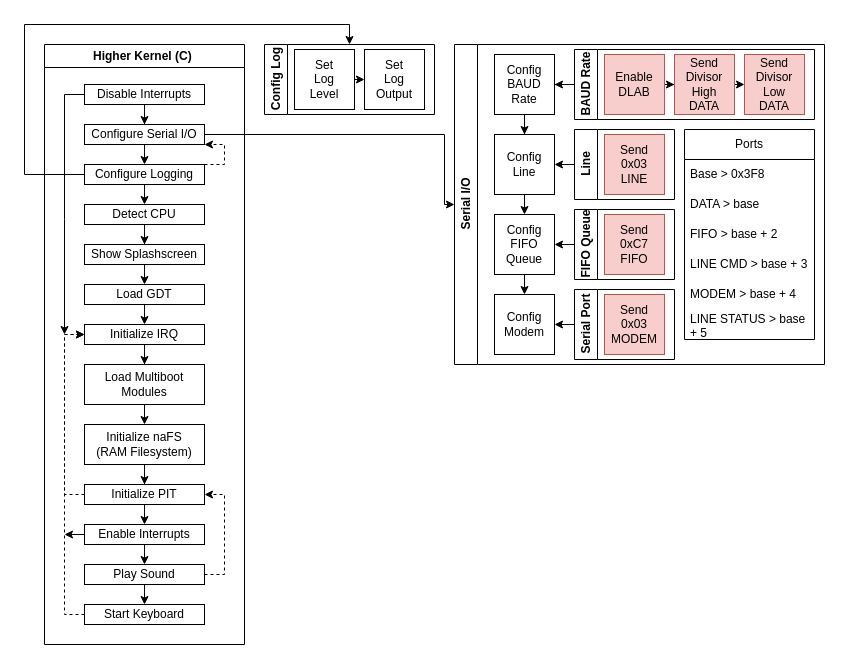
noaether/naOS keeps this draw.io diagram as page "C Kernel" (2 of 4) of naOS.drawio. Above is the earlier version. Source tidied: cells renumbered, new cells numbered last; positions are measured from the earlier drawing's top-left corner, leaving out a move shared by most shapes. Both pictures are drawn from the tidied source at 100%, with x=0, y=0 at pixel (24, 24).
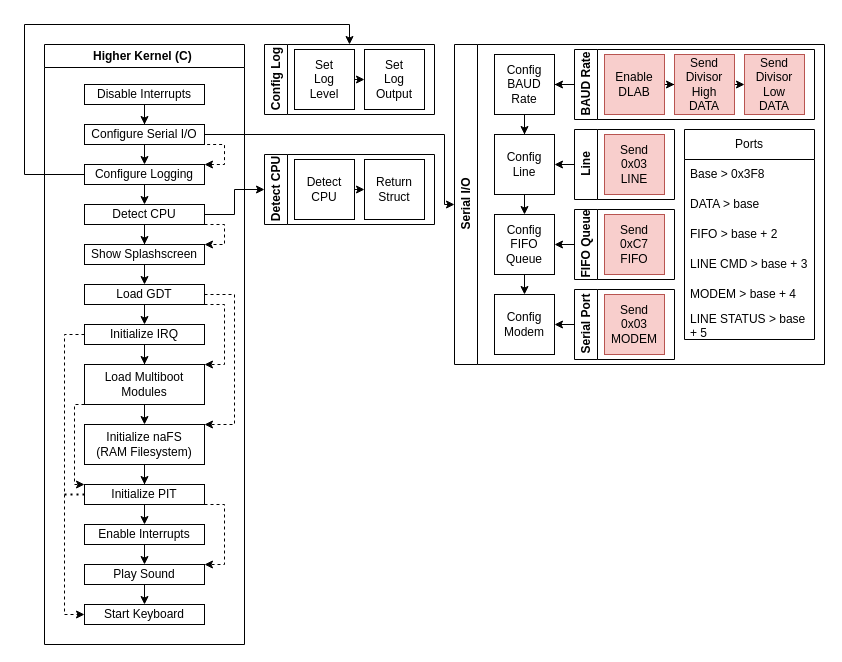
The same diagram, later.

The change refers to these unchanged cells:
```xml
<mxCell id="2" value="Higher Kernel (C)&amp;nbsp;" style="swimlane;whiteSpace=wrap;html=1;" parent="1" vertex="1">
  <mxGeometry x="20" y="20" width="200" height="600" as="geometry" />
</mxCell>
<mxCell id="5" value="Disable Interrupts" style="rounded=0;whiteSpace=wrap;html=1;" parent="2" vertex="1">
  <mxGeometry x="40" y="40" width="120" height="20" as="geometry" />
</mxCell>
<mxCell id="7" value="Configure Serial I/O" style="rounded=0;whiteSpace=wrap;html=1;" parent="2" vertex="1">
  <mxGeometry x="40" y="80" width="120" height="20" as="geometry" />
</mxCell>
<mxCell id="10" value="Configure Logging" style="rounded=0;whiteSpace=wrap;html=1;" parent="2" vertex="1">
  <mxGeometry x="40" y="120" width="120" height="20" as="geometry" />
</mxCell>
<mxCell id="12" value="Detect CPU" style="rounded=0;whiteSpace=wrap;html=1;" parent="2" vertex="1">
  <mxGeometry x="40" y="160" width="120" height="20" as="geometry" />
</mxCell>
<mxCell id="14" value="Show Splashscreen" style="rounded=0;whiteSpace=wrap;html=1;" parent="2" vertex="1">
  <mxGeometry x="40" y="200" width="120" height="20" as="geometry" />
</mxCell>
<mxCell id="16" value="Load Multiboot Modules" style="rounded=0;whiteSpace=wrap;html=1;" parent="2" vertex="1">
  <mxGeometry x="40" y="320" width="120" height="40" as="geometry" />
</mxCell>
<mxCell id="18" value="Initialize naFS&lt;br&gt;(RAM Filesystem)" style="rounded=0;whiteSpace=wrap;html=1;" parent="2" vertex="1">
  <mxGeometry x="40" y="380" width="120" height="40" as="geometry" />
</mxCell>
<mxCell id="21" value="Initialize PIT" style="rounded=0;whiteSpace=wrap;html=1;" parent="2" vertex="1">
  <mxGeometry x="40" y="440" width="120" height="20" as="geometry" />
</mxCell>
<mxCell id="24" value="Enable Interrupts" style="rounded=0;whiteSpace=wrap;html=1;" parent="2" vertex="1">
  <mxGeometry x="40" y="480" width="120" height="20" as="geometry" />
</mxCell>
<mxCell id="27" value="Play Sound" style="rounded=0;whiteSpace=wrap;html=1;" parent="2" vertex="1">
  <mxGeometry x="40" y="520" width="120" height="20" as="geometry" />
</mxCell>
<mxCell id="29" value="Start Keyboard" style="rounded=0;whiteSpace=wrap;html=1;" parent="2" vertex="1">
  <mxGeometry x="40" y="560" width="120" height="20" as="geometry" />
</mxCell>
<mxCell id="31" value="Load GDT" style="rounded=0;whiteSpace=wrap;html=1;" parent="2" vertex="1">
  <mxGeometry x="40" y="240" width="120" height="20" as="geometry" />
</mxCell>
<mxCell id="33" value="Initialize IRQ" style="rounded=0;whiteSpace=wrap;html=1;" parent="2" vertex="1">
  <mxGeometry x="40" y="280" width="120" height="20" as="geometry" />
</mxCell>
```

What changed in the source:
```diff
@@
-    <mxCell id="4" style="edgeStyle=orthogonalEdgeStyle;rounded=0;jettySize=auto;html=1;" parent="2" edge="1" source="5">
-      <mxGeometry relative="1" as="geometry">
-        <mxPoint x="20" y="290" as="targetPoint" />
-      </mxGeometry>
-    </mxCell>
@@
-    <mxCell id="9" style="edgeStyle=orthogonalEdgeStyle;rounded=0;jettySize=auto;html=1;exitX=1;exitY=0;exitDx=0;exitDy=0;entryX=1;entryY=1;entryDx=0;entryDy=0;dashed=1;" parent="2" edge="1" source="10" target="7">
+    <mxCell id="9" style="edgeStyle=orthogonalEdgeStyle;rounded=0;jettySize=auto;html=1;exitX=1;exitY=0;exitDx=0;exitDy=0;entryX=1;entryY=1;entryDx=0;entryDy=0;dashed=1;startArrow=classic;startFill=1;endArrow=none;endFill=0;" parent="2" edge="1" source="10" target="7">
       <mxGeometry relative="1" as="geometry">
         <Array as="points">
           <mxPoint x="180" y="120" />
           <mxPoint x="180" y="100" />
         </Array>
       </mxGeometry>
     </mxCell>
@@
+    <mxCell id="71" style="edgeStyle=orthogonalEdgeStyle;rounded=0;jettySize=auto;html=1;exitX=1;exitY=1;exitDx=0;exitDy=0;entryX=1;entryY=0;entryDx=0;entryDy=0;dashed=1;" parent="2" edge="1" source="12" target="14">
+      <mxGeometry relative="1" as="geometry">
+        <Array as="points">
+          <mxPoint x="180" y="180" />
+          <mxPoint x="180" y="200" />
+        </Array>
+      </mxGeometry>
+    </mxCell>
@@
+    <mxCell id="72" style="edgeStyle=orthogonalEdgeStyle;rounded=0;jettySize=auto;html=1;exitX=0;exitY=1;exitDx=0;exitDy=0;entryX=0;entryY=0;entryDx=0;entryDy=0;dashed=1;" parent="2" edge="1" source="16" target="21">
+      <mxGeometry relative="1" as="geometry">
+        <Array as="points">
+          <mxPoint x="30" y="360" />
+          <mxPoint x="30" y="440" />
+        </Array>
+      </mxGeometry>
+    </mxCell>
@@
-    <mxCell id="20" style="edgeStyle=orthogonalEdgeStyle;rounded=0;jettySize=auto;html=1;exitX=0;exitY=0.5;exitDx=0;exitDy=0;entryX=0;entryY=0.5;entryDx=0;entryDy=0;dashed=1;" parent="2" edge="1" source="21" target="33">
-      <mxGeometry relative="1" as="geometry" />
-    </mxCell>
+    <mxCell id="73" style="edgeStyle=orthogonalEdgeStyle;rounded=0;jettySize=auto;html=1;exitX=1;exitY=1;exitDx=0;exitDy=0;entryX=1;entryY=0;entryDx=0;entryDy=0;dashed=1;" parent="2" edge="1" source="21" target="27">
+      <mxGeometry relative="1" as="geometry">
+        <Array as="points">
+          <mxPoint x="180" y="460" />
+          <mxPoint x="180" y="520" />
+        </Array>
+      </mxGeometry>
+    </mxCell>
@@
-    <mxCell id="23" style="edgeStyle=orthogonalEdgeStyle;rounded=0;jettySize=auto;html=1;" parent="2" edge="1" source="24">
-      <mxGeometry relative="1" as="geometry">
-        <mxPoint x="20" y="490" as="targetPoint" />
-      </mxGeometry>
-    </mxCell>
@@
-    <mxCell id="26" style="edgeStyle=orthogonalEdgeStyle;rounded=0;jettySize=auto;html=1;exitX=1;exitY=0.5;exitDx=0;exitDy=0;entryX=1;entryY=0.5;entryDx=0;entryDy=0;dashed=1;" parent="2" edge="1" source="27" target="21">
-      <mxGeometry relative="1" as="geometry" />
-    </mxCell>
@@
-    <mxCell id="28" style="edgeStyle=orthogonalEdgeStyle;rounded=0;jettySize=auto;html=1;entryX=0;entryY=0.5;entryDx=0;entryDy=0;dashed=1;" parent="2" edge="1" source="29" target="33">
-      <mxGeometry relative="1" as="geometry">
-        <Array as="points">
-          <mxPoint x="20" y="570" />
-          <mxPoint x="20" y="290" />
-        </Array>
-      </mxGeometry>
-    </mxCell>
@@
+    <mxCell id="74" style="edgeStyle=orthogonalEdgeStyle;rounded=0;jettySize=auto;html=1;exitX=1;exitY=1;exitDx=0;exitDy=0;entryX=1;entryY=0;entryDx=0;entryDy=0;dashed=1;" parent="2" edge="1" source="31" target="16">
+      <mxGeometry relative="1" as="geometry">
+        <Array as="points">
+          <mxPoint x="180" y="260" />
+          <mxPoint x="180" y="320" />
+        </Array>
+      </mxGeometry>
+    </mxCell>
+    <mxCell id="75" style="edgeStyle=orthogonalEdgeStyle;rounded=0;jettySize=auto;html=1;exitX=1;exitY=0.5;exitDx=0;exitDy=0;entryX=1;entryY=0;entryDx=0;entryDy=0;dashed=1;" parent="2" edge="1" source="31" target="18">
+      <mxGeometry relative="1" as="geometry">
+        <Array as="points">
+          <mxPoint x="190" y="250" />
+          <mxPoint x="190" y="380" />
+        </Array>
+      </mxGeometry>
+    </mxCell>
@@
+    <mxCell id="76" style="edgeStyle=orthogonalEdgeStyle;rounded=0;jettySize=auto;html=1;exitX=0;exitY=0.5;exitDx=0;exitDy=0;entryX=0;entryY=0.5;entryDx=0;entryDy=0;dashed=1;" parent="2" edge="1" source="33" target="29">
+      <mxGeometry relative="1" as="geometry" />
+    </mxCell>
@@
+    <mxCell id="77" style="endArrow=none;dashed=1;html=1;strokeWidth=2;rounded=0;entryX=0;entryY=0.5;entryDx=0;entryDy=0;dashPattern=1 2;" parent="2" edge="1" target="21">
+      <mxGeometry relative="1" as="geometry">
+        <mxPoint x="20" y="450" as="sourcePoint" />
+      </mxGeometry>
+    </mxCell>
@@
+    <mxCell id="78" value="Detect CPU" style="swimlane;horizontal=0;whiteSpace=wrap;html=1;" parent="1" vertex="1">
+      <mxGeometry x="240" y="130" width="170" height="70" as="geometry" />
+    </mxCell>
+    <mxCell id="79" style="edgeStyle=orthogonalEdgeStyle;rounded=0;jettySize=auto;html=1;exitX=1;exitY=0.5;exitDx=0;exitDy=0;entryX=0;entryY=0.5;entryDx=0;entryDy=0;" parent="78" edge="1" source="80" target="81">
+      <mxGeometry relative="1" as="geometry" />
+    </mxCell>
+    <mxCell id="80" value="Detect CPU" style="rounded=0;whiteSpace=wrap;html=1;" parent="78" vertex="1">
+      <mxGeometry x="30" y="5" width="60" height="60" as="geometry" />
+    </mxCell>
+    <mxCell id="81" value="Return&lt;br&gt;Struct" style="rounded=0;whiteSpace=wrap;html=1;" parent="78" vertex="1">
+      <mxGeometry x="100" y="5" width="60" height="60" as="geometry" />
+    </mxCell>
+    <mxCell id="82" style="edgeStyle=orthogonalEdgeStyle;rounded=0;jettySize=auto;html=1;entryX=0;entryY=0.5;entryDx=0;entryDy=0;" parent="1" edge="1" source="12" target="78">
+      <mxGeometry relative="1" as="geometry" />
+    </mxCell>
```
